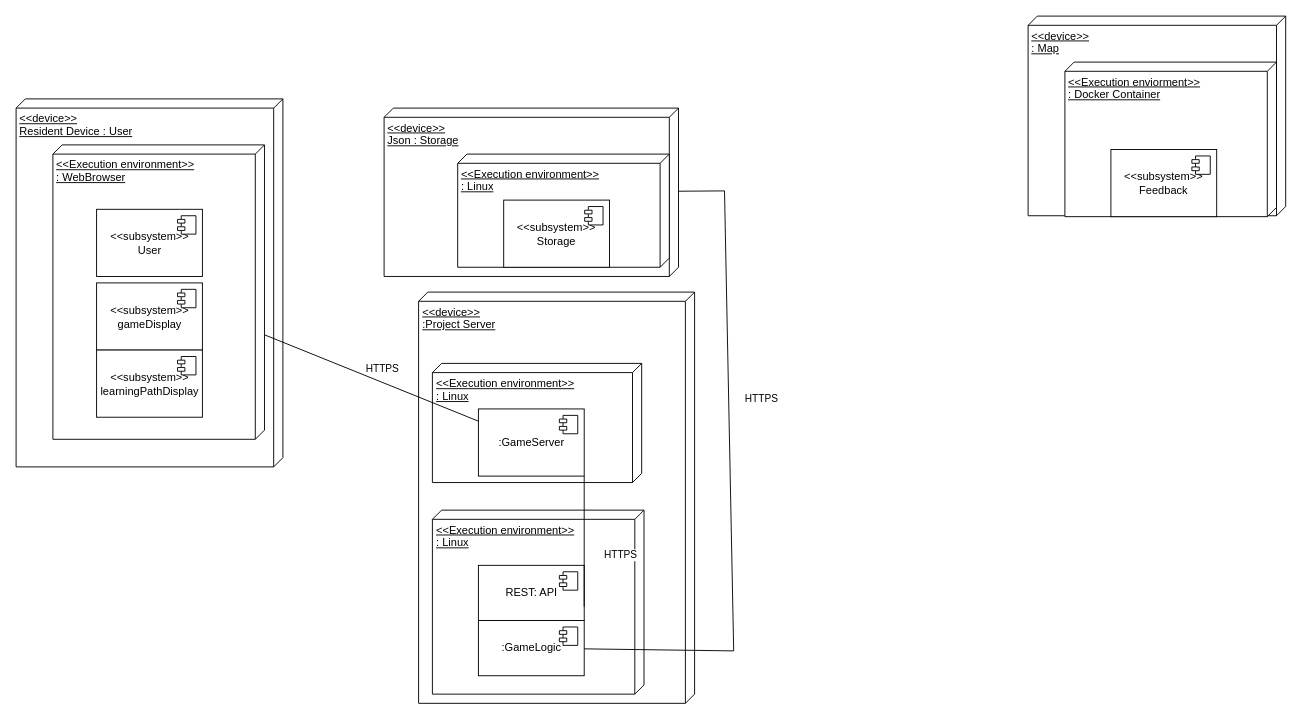
The draw.io diagram FinalProject.drawio in sirfan123/1530, before the edit. Source tidied: cells renumbered, new cells numbered last; positions are measured from the earlier drawing's top-left corner, leaving out a move shared by most shapes. Both pictures are drawn from the tidied source at 92%, with x=0, y=0 at pixel (16, 16).
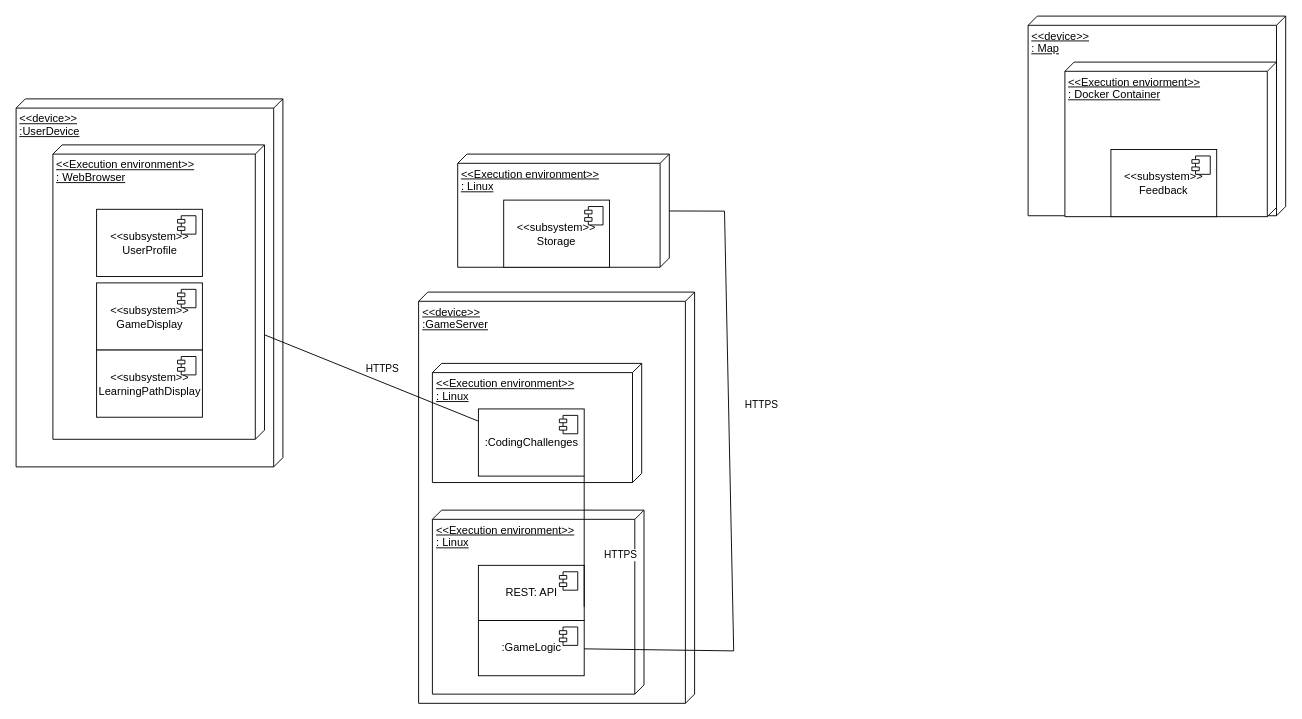
After the change.

Unchanged cells that the change refers to:
```xml
<mxCell id="7" value="&amp;lt;&amp;lt;Execution environment&amp;gt;&amp;gt;&lt;br&gt;: Linux" style="verticalAlign=top;align=left;spacingTop=8;spacingLeft=2;spacingRight=12;shape=cube;size=10;direction=south;fontStyle=4;html=1;whiteSpace=wrap;" parent="1" vertex="1">
  <mxGeometry x="480" y="150" width="230" height="123" as="geometry" />
</mxCell>
<mxCell id="27" value=":GameLogic" style="html=1;whiteSpace=wrap;" parent="1" vertex="1">
  <mxGeometry x="502.5" y="657" width="115" height="60" as="geometry" />
</mxCell>
```

Change to the diagram source:
```diff
@@
-    <mxCell id="2" value="&amp;lt;&amp;lt;device&amp;gt;&amp;gt;&lt;br&gt;Resident Device : User" style="verticalAlign=top;align=left;spacingTop=8;spacingLeft=2;spacingRight=12;shape=cube;size=10;direction=south;fontStyle=4;html=1;whiteSpace=wrap;" parent="1" vertex="1">
+    <mxCell id="2" value="&amp;lt;&amp;lt;device&amp;gt;&amp;gt;&lt;br&gt;:UserDevice" style="verticalAlign=top;align=left;spacingTop=8;spacingLeft=2;spacingRight=12;shape=cube;size=10;direction=south;fontStyle=4;html=1;whiteSpace=wrap;" parent="1" vertex="1">
       <mxGeometry y="90" width="290" height="400" as="geometry" />
     </mxCell>
@@
-    <mxCell id="4" value="&amp;lt;&amp;lt;subsystem&amp;gt;&amp;gt;&lt;br&gt;User" style="html=1;whiteSpace=wrap;" parent="1" vertex="1">
-      <mxGeometry x="87.5" y="210" width="115" height="73" as="geometry" />
-    </mxCell>
-    <mxCell id="5" style="shape=module;jettyWidth=8;jettyHeight=4;" parent="4" vertex="1">
-      <mxGeometry x="1" width="20" height="20" relative="1" as="geometry">
-        <mxPoint x="-27" y="7" as="offset" />
-      </mxGeometry>
-    </mxCell>
-    <mxCell id="6" value="&amp;lt;&amp;lt;device&amp;gt;&amp;gt;&lt;br&gt;Json : Storage" style="verticalAlign=top;align=left;spacingTop=8;spacingLeft=2;spacingRight=12;shape=cube;size=10;direction=south;fontStyle=4;html=1;whiteSpace=wrap;" parent="1" vertex="1">
-      <mxGeometry x="400" y="100" width="320" height="183" as="geometry" />
-    </mxCell>
@@
-    <mxCell id="10" value="&amp;lt;&amp;lt;subsystem&amp;gt;&amp;gt;&lt;br&gt;gameDisplay" style="html=1;whiteSpace=wrap;" parent="1" vertex="1">
+    <mxCell id="10" value="&amp;lt;&amp;lt;subsystem&amp;gt;&amp;gt;&lt;br&gt;GameDisplay" style="html=1;whiteSpace=wrap;" parent="1" vertex="1">
       <mxGeometry x="87.5" y="290" width="115" height="73" as="geometry" />
     </mxCell>
@@
-    <mxCell id="12" value="&amp;lt;&amp;lt;subsystem&amp;gt;&amp;gt;&lt;br&gt;learningPathDisplay" style="html=1;whiteSpace=wrap;" parent="1" vertex="1">
+    <mxCell id="12" value="&amp;lt;&amp;lt;subsystem&amp;gt;&amp;gt;&lt;br&gt;LearningPathDisplay" style="html=1;whiteSpace=wrap;" parent="1" vertex="1">
       <mxGeometry x="87.5" y="363" width="115" height="73" as="geometry" />
     </mxCell>
@@
-    <mxCell id="18" value="&amp;lt;&amp;lt;device&amp;gt;&amp;gt;&lt;br&gt;:Project Server" style="verticalAlign=top;align=left;spacingTop=8;spacingLeft=2;spacingRight=12;shape=cube;size=10;direction=south;fontStyle=4;html=1;whiteSpace=wrap;" parent="1" vertex="1">
+    <mxCell id="18" value="&amp;lt;&amp;lt;device&amp;gt;&amp;gt;&lt;br&gt;:GameServer" style="verticalAlign=top;align=left;spacingTop=8;spacingLeft=2;spacingRight=12;shape=cube;size=10;direction=south;fontStyle=4;html=1;whiteSpace=wrap;" parent="1" vertex="1">
       <mxGeometry x="437.5" y="300" width="300" height="447" as="geometry" />
     </mxCell>
@@
-    <mxCell id="23" value=":GameServer" style="html=1;whiteSpace=wrap;" parent="1" vertex="1">
+    <mxCell id="23" value=":CodingChallenges" style="html=1;whiteSpace=wrap;" parent="1" vertex="1">
       <mxGeometry x="502.5" y="427" width="115" height="73" as="geometry" />
     </mxCell>
@@
-    <mxCell id="29" style="endArrow=none;html=1;rounded=0;" parent="1" edge="1" source="6" target="27">
+    <mxCell id="29" style="endArrow=none;html=1;rounded=0;" parent="1" edge="1" source="7" target="27">
       <mxGeometry relative="1" as="geometry">
         <Array as="points">
-          <mxPoint x="770" y="190" />
+          <mxPoint x="770" y="212" />
           <mxPoint x="780" y="690" />
         </Array>
       </mxGeometry>
     </mxCell>
@@
+    <mxCell id="33" value="&amp;lt;&amp;lt;subsystem&amp;gt;&amp;gt;&lt;br&gt;UserProfile" style="html=1;whiteSpace=wrap;" parent="1" vertex="1">
+      <mxGeometry x="87.5" y="210" width="115" height="73" as="geometry" />
+    </mxCell>
+    <mxCell id="34" style="shape=module;jettyWidth=8;jettyHeight=4;" parent="33" vertex="1">
+      <mxGeometry x="1" width="20" height="20" relative="1" as="geometry">
+        <mxPoint x="-27" y="7" as="offset" />
+      </mxGeometry>
+    </mxCell>
```
